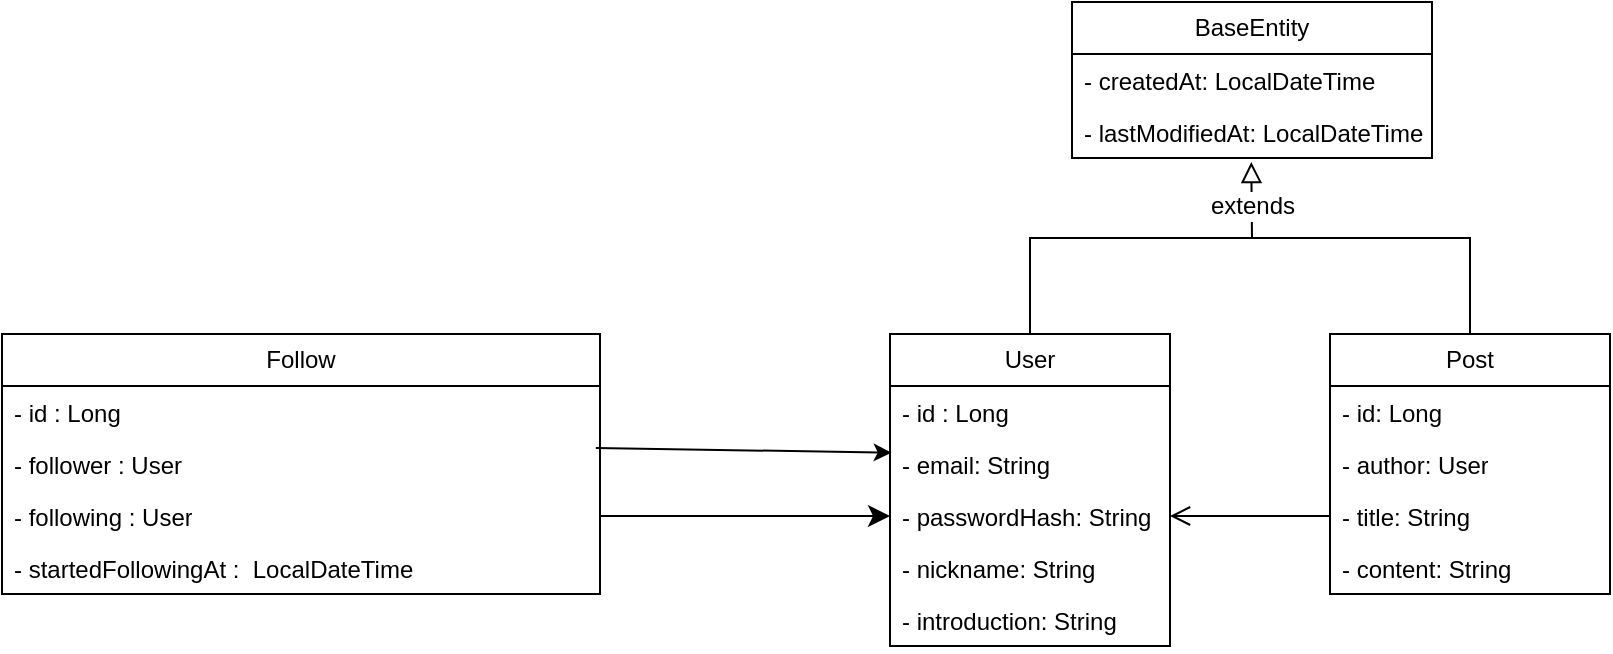
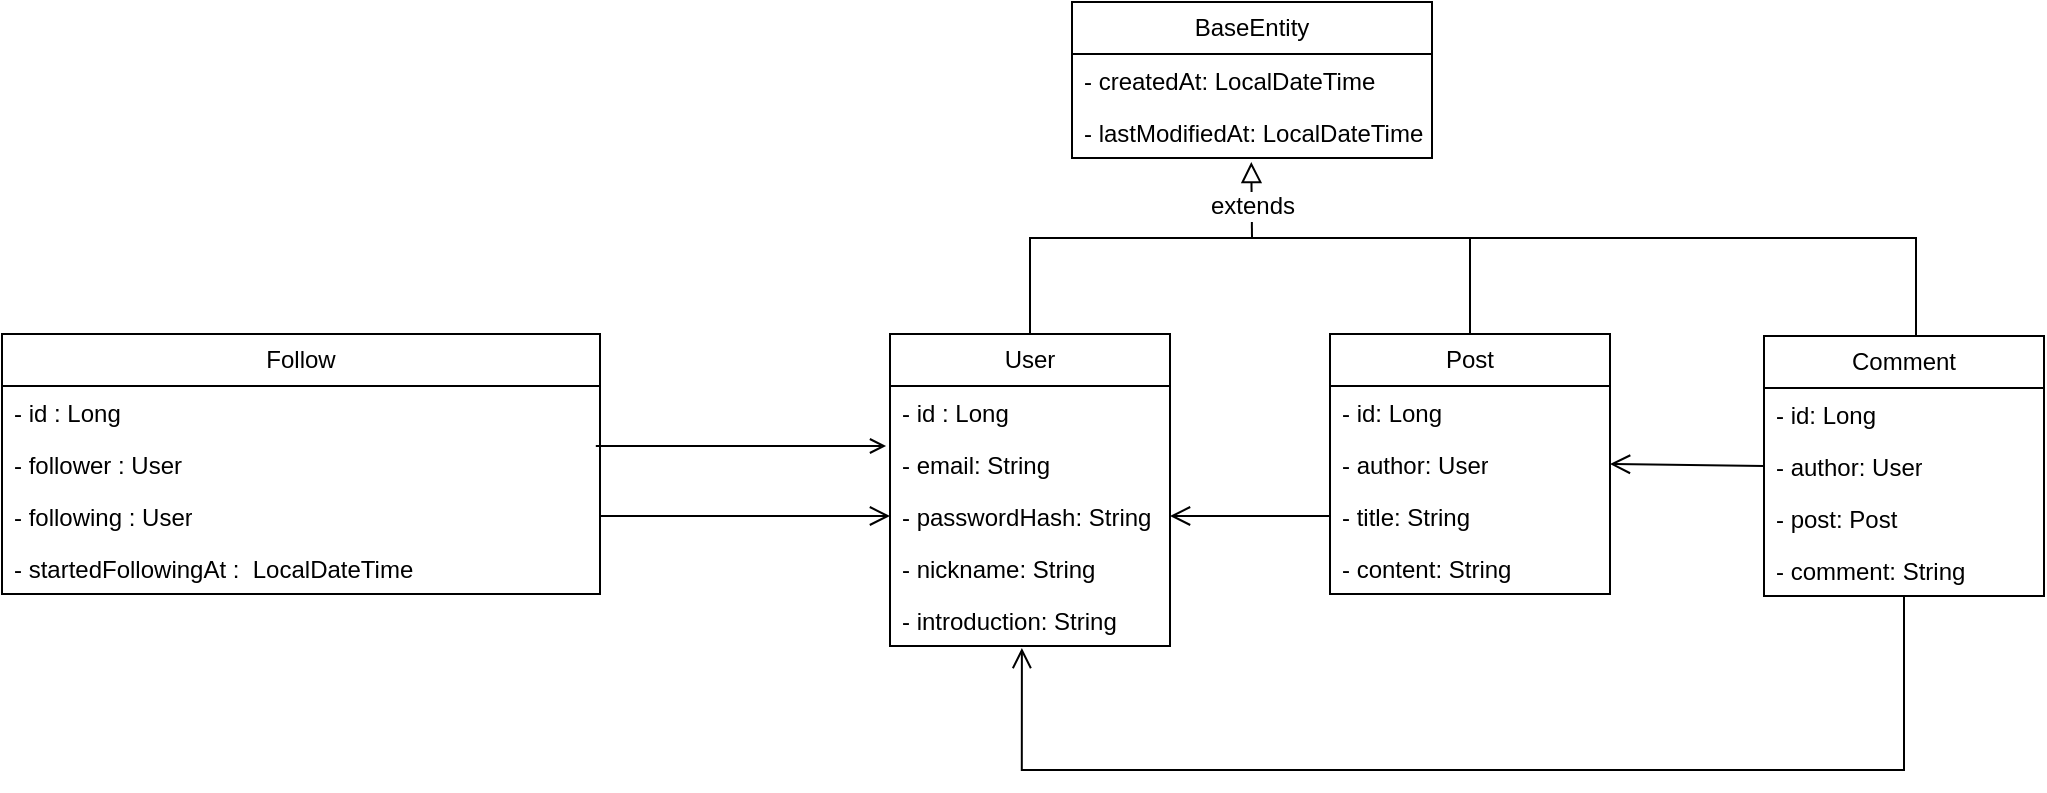
<mxfile host="app.diagrams.net" agent="Mozilla/5.0 (Windows NT 10.0; Win64; x64) AppleWebKit/537.36 (KHTML, like Gecko) Chrome/136.0.0.0 Safari/537.36" version="27.1.1">
  <diagram id="BNb3Viy_kqEydpAFblm9" name="페이지-1">
    <mxGraphModel dx="1826" dy="803" grid="0" gridSize="10" guides="1" tooltips="1" connect="1" arrows="1" fold="1" page="0" pageScale="1" pageWidth="827" pageHeight="1169" math="0" shadow="0">
      <root>
        <mxCell id="0" />
        <mxCell id="1" parent="0" />
-         <mxCell id="IMgOFBJibs8HYozait_x-1" style="edgeStyle=elbowEdgeStyle;rounded=0;orthogonalLoop=1;jettySize=auto;html=1;exitX=0.5;exitY=0;exitDx=0;exitDy=0;fontSize=12;startSize=8;endSize=8;endArrow=none;startFill=0;" edge="1" parent="1" source="IMgOFBJibs8HYozait_x-2" target="IMgOFBJibs8HYozait_x-18">
+         <mxCell id="IMgOFBJibs8HYozait_x-1" style="edgeStyle=elbowEdgeStyle;rounded=0;orthogonalLoop=1;jettySize=auto;html=1;exitX=0.5;exitY=0;exitDx=0;exitDy=0;fontSize=12;startSize=8;endSize=8;endArrow=none;startFill=0;" parent="1" source="IMgOFBJibs8HYozait_x-2" target="IMgOFBJibs8HYozait_x-18" edge="1">
          <mxGeometry relative="1" as="geometry">
            <Array as="points">
              <mxPoint x="633" y="368" />
            </Array>
          </mxGeometry>
        </mxCell>
-         <mxCell id="IMgOFBJibs8HYozait_x-2" value="Post" style="swimlane;fontStyle=0;childLayout=stackLayout;horizontal=1;startSize=26;fillColor=none;horizontalStack=0;resizeParent=1;resizeParentMax=0;resizeLast=0;collapsible=1;marginBottom=0;whiteSpace=wrap;html=1;" vertex="1" parent="1">
+         <mxCell id="IMgOFBJibs8HYozait_x-2" value="Post" style="swimlane;fontStyle=0;childLayout=stackLayout;horizontal=1;startSize=26;fillColor=none;horizontalStack=0;resizeParent=1;resizeParentMax=0;resizeLast=0;collapsible=1;marginBottom=0;whiteSpace=wrap;html=1;" parent="1" vertex="1">
          <mxGeometry x="563" y="377" width="140" height="130" as="geometry" />
        </mxCell>
-         <mxCell id="IMgOFBJibs8HYozait_x-3" value="- id: Long&lt;div&gt;&lt;br&gt;&lt;/div&gt;" style="text;strokeColor=none;fillColor=none;align=left;verticalAlign=top;spacingLeft=4;spacingRight=4;overflow=hidden;rotatable=0;points=[[0,0.5],[1,0.5]];portConstraint=eastwest;whiteSpace=wrap;html=1;" vertex="1" parent="IMgOFBJibs8HYozait_x-2">
+         <mxCell id="IMgOFBJibs8HYozait_x-3" value="- id: Long&lt;div&gt;&lt;br&gt;&lt;/div&gt;" style="text;strokeColor=none;fillColor=none;align=left;verticalAlign=top;spacingLeft=4;spacingRight=4;overflow=hidden;rotatable=0;points=[[0,0.5],[1,0.5]];portConstraint=eastwest;whiteSpace=wrap;html=1;" parent="IMgOFBJibs8HYozait_x-2" vertex="1">
          <mxGeometry y="26" width="140" height="26" as="geometry" />
        </mxCell>
-         <mxCell id="IMgOFBJibs8HYozait_x-4" value="&lt;div&gt;- author: User&lt;/div&gt;" style="text;strokeColor=none;fillColor=none;align=left;verticalAlign=top;spacingLeft=4;spacingRight=4;overflow=hidden;rotatable=0;points=[[0,0.5],[1,0.5]];portConstraint=eastwest;whiteSpace=wrap;html=1;" vertex="1" parent="IMgOFBJibs8HYozait_x-2">
+         <mxCell id="IMgOFBJibs8HYozait_x-4" value="&lt;div&gt;- author: User&lt;/div&gt;" style="text;strokeColor=none;fillColor=none;align=left;verticalAlign=top;spacingLeft=4;spacingRight=4;overflow=hidden;rotatable=0;points=[[0,0.5],[1,0.5]];portConstraint=eastwest;whiteSpace=wrap;html=1;" parent="IMgOFBJibs8HYozait_x-2" vertex="1">
          <mxGeometry y="52" width="140" height="26" as="geometry" />
        </mxCell>
-         <mxCell id="IMgOFBJibs8HYozait_x-5" value="- title: String" style="text;strokeColor=none;fillColor=none;align=left;verticalAlign=top;spacingLeft=4;spacingRight=4;overflow=hidden;rotatable=0;points=[[0,0.5],[1,0.5]];portConstraint=eastwest;whiteSpace=wrap;html=1;" vertex="1" parent="IMgOFBJibs8HYozait_x-2">
+         <mxCell id="IMgOFBJibs8HYozait_x-5" value="- title: String" style="text;strokeColor=none;fillColor=none;align=left;verticalAlign=top;spacingLeft=4;spacingRight=4;overflow=hidden;rotatable=0;points=[[0,0.5],[1,0.5]];portConstraint=eastwest;whiteSpace=wrap;html=1;" parent="IMgOFBJibs8HYozait_x-2" vertex="1">
          <mxGeometry y="78" width="140" height="26" as="geometry" />
        </mxCell>
-         <mxCell id="IMgOFBJibs8HYozait_x-6" value="- content: String" style="text;strokeColor=none;fillColor=none;align=left;verticalAlign=top;spacingLeft=4;spacingRight=4;overflow=hidden;rotatable=0;points=[[0,0.5],[1,0.5]];portConstraint=eastwest;whiteSpace=wrap;html=1;" vertex="1" parent="IMgOFBJibs8HYozait_x-2">
+         <mxCell id="IMgOFBJibs8HYozait_x-6" value="- content: String" style="text;strokeColor=none;fillColor=none;align=left;verticalAlign=top;spacingLeft=4;spacingRight=4;overflow=hidden;rotatable=0;points=[[0,0.5],[1,0.5]];portConstraint=eastwest;whiteSpace=wrap;html=1;" parent="IMgOFBJibs8HYozait_x-2" vertex="1">
          <mxGeometry y="104" width="140" height="26" as="geometry" />
        </mxCell>
-         <mxCell id="IMgOFBJibs8HYozait_x-7" style="edgeStyle=elbowEdgeStyle;rounded=0;orthogonalLoop=1;jettySize=auto;html=1;exitX=0.5;exitY=0;exitDx=0;exitDy=0;fontSize=12;startSize=8;endSize=8;endArrow=none;startFill=0;" edge="1" parent="1" source="IMgOFBJibs8HYozait_x-8" target="IMgOFBJibs8HYozait_x-18">
+         <mxCell id="IMgOFBJibs8HYozait_x-7" style="edgeStyle=elbowEdgeStyle;rounded=0;orthogonalLoop=1;jettySize=auto;html=1;exitX=0.5;exitY=0;exitDx=0;exitDy=0;fontSize=12;startSize=8;endSize=8;endArrow=none;startFill=0;" parent="1" source="IMgOFBJibs8HYozait_x-8" target="IMgOFBJibs8HYozait_x-18" edge="1">
          <mxGeometry relative="1" as="geometry">
            <Array as="points">
              <mxPoint x="413" y="350" />
            </Array>
          </mxGeometry>
        </mxCell>
-         <mxCell id="IMgOFBJibs8HYozait_x-8" value="User" style="swimlane;fontStyle=0;childLayout=stackLayout;horizontal=1;startSize=26;fillColor=none;horizontalStack=0;resizeParent=1;resizeParentMax=0;resizeLast=0;collapsible=1;marginBottom=0;whiteSpace=wrap;html=1;" vertex="1" parent="1">
+         <mxCell id="IMgOFBJibs8HYozait_x-8" value="User" style="swimlane;fontStyle=0;childLayout=stackLayout;horizontal=1;startSize=26;fillColor=none;horizontalStack=0;resizeParent=1;resizeParentMax=0;resizeLast=0;collapsible=1;marginBottom=0;whiteSpace=wrap;html=1;" parent="1" vertex="1">
          <mxGeometry x="343" y="377" width="140" height="156" as="geometry" />
        </mxCell>
-         <mxCell id="IMgOFBJibs8HYozait_x-9" value="- id : Long" style="text;strokeColor=none;fillColor=none;align=left;verticalAlign=top;spacingLeft=4;spacingRight=4;overflow=hidden;rotatable=0;points=[[0,0.5],[1,0.5]];portConstraint=eastwest;whiteSpace=wrap;html=1;" vertex="1" parent="IMgOFBJibs8HYozait_x-8">
+         <mxCell id="IMgOFBJibs8HYozait_x-9" value="- id : Long" style="text;strokeColor=none;fillColor=none;align=left;verticalAlign=top;spacingLeft=4;spacingRight=4;overflow=hidden;rotatable=0;points=[[0,0.5],[1,0.5]];portConstraint=eastwest;whiteSpace=wrap;html=1;" parent="IMgOFBJibs8HYozait_x-8" vertex="1">
          <mxGeometry y="26" width="140" height="26" as="geometry" />
        </mxCell>
-         <mxCell id="IMgOFBJibs8HYozait_x-10" value="- email: String" style="text;strokeColor=none;fillColor=none;align=left;verticalAlign=top;spacingLeft=4;spacingRight=4;overflow=hidden;rotatable=0;points=[[0,0.5],[1,0.5]];portConstraint=eastwest;whiteSpace=wrap;html=1;" vertex="1" parent="IMgOFBJibs8HYozait_x-8">
+         <mxCell id="IMgOFBJibs8HYozait_x-10" value="- email: String" style="text;strokeColor=none;fillColor=none;align=left;verticalAlign=top;spacingLeft=4;spacingRight=4;overflow=hidden;rotatable=0;points=[[0,0.5],[1,0.5]];portConstraint=eastwest;whiteSpace=wrap;html=1;" parent="IMgOFBJibs8HYozait_x-8" vertex="1">
          <mxGeometry y="52" width="140" height="26" as="geometry" />
        </mxCell>
-         <mxCell id="IMgOFBJibs8HYozait_x-11" value="- passwordHash: String&lt;div&gt;&lt;br&gt;&lt;/div&gt;" style="text;strokeColor=none;fillColor=none;align=left;verticalAlign=top;spacingLeft=4;spacingRight=4;overflow=hidden;rotatable=0;points=[[0,0.5],[1,0.5]];portConstraint=eastwest;whiteSpace=wrap;html=1;" vertex="1" parent="IMgOFBJibs8HYozait_x-8">
+         <mxCell id="IMgOFBJibs8HYozait_x-11" value="- passwordHash: String&lt;div&gt;&lt;br&gt;&lt;/div&gt;" style="text;strokeColor=none;fillColor=none;align=left;verticalAlign=top;spacingLeft=4;spacingRight=4;overflow=hidden;rotatable=0;points=[[0,0.5],[1,0.5]];portConstraint=eastwest;whiteSpace=wrap;html=1;" parent="IMgOFBJibs8HYozait_x-8" vertex="1">
          <mxGeometry y="78" width="140" height="26" as="geometry" />
        </mxCell>
-         <mxCell id="IMgOFBJibs8HYozait_x-12" value="- nickname: String" style="text;strokeColor=none;fillColor=none;align=left;verticalAlign=top;spacingLeft=4;spacingRight=4;overflow=hidden;rotatable=0;points=[[0,0.5],[1,0.5]];portConstraint=eastwest;whiteSpace=wrap;html=1;" vertex="1" parent="IMgOFBJibs8HYozait_x-8">
+         <mxCell id="IMgOFBJibs8HYozait_x-12" value="- nickname: String" style="text;strokeColor=none;fillColor=none;align=left;verticalAlign=top;spacingLeft=4;spacingRight=4;overflow=hidden;rotatable=0;points=[[0,0.5],[1,0.5]];portConstraint=eastwest;whiteSpace=wrap;html=1;" parent="IMgOFBJibs8HYozait_x-8" vertex="1">
          <mxGeometry y="104" width="140" height="26" as="geometry" />
        </mxCell>
-         <mxCell id="IMgOFBJibs8HYozait_x-13" value="&lt;div&gt;- introduction: String&lt;/div&gt;" style="text;strokeColor=none;fillColor=none;align=left;verticalAlign=top;spacingLeft=4;spacingRight=4;overflow=hidden;rotatable=0;points=[[0,0.5],[1,0.5]];portConstraint=eastwest;whiteSpace=wrap;html=1;" vertex="1" parent="IMgOFBJibs8HYozait_x-8">
+         <mxCell id="IMgOFBJibs8HYozait_x-13" value="&lt;div&gt;- introduction: String&lt;/div&gt;" style="text;strokeColor=none;fillColor=none;align=left;verticalAlign=top;spacingLeft=4;spacingRight=4;overflow=hidden;rotatable=0;points=[[0,0.5],[1,0.5]];portConstraint=eastwest;whiteSpace=wrap;html=1;" parent="IMgOFBJibs8HYozait_x-8" vertex="1">
          <mxGeometry y="130" width="140" height="26" as="geometry" />
        </mxCell>
-         <mxCell id="IMgOFBJibs8HYozait_x-14" value="BaseEntity" style="swimlane;fontStyle=0;childLayout=stackLayout;horizontal=1;startSize=26;fillColor=none;horizontalStack=0;resizeParent=1;resizeParentMax=0;resizeLast=0;collapsible=1;marginBottom=0;whiteSpace=wrap;html=1;" vertex="1" parent="1">
+         <mxCell id="IMgOFBJibs8HYozait_x-14" value="BaseEntity" style="swimlane;fontStyle=0;childLayout=stackLayout;horizontal=1;startSize=26;fillColor=none;horizontalStack=0;resizeParent=1;resizeParentMax=0;resizeLast=0;collapsible=1;marginBottom=0;whiteSpace=wrap;html=1;" parent="1" vertex="1">
          <mxGeometry x="434" y="211" width="180" height="78" as="geometry" />
        </mxCell>
-         <mxCell id="IMgOFBJibs8HYozait_x-15" value="- createdAt: LocalDateTime" style="text;strokeColor=none;fillColor=none;align=left;verticalAlign=top;spacingLeft=4;spacingRight=4;overflow=hidden;rotatable=0;points=[[0,0.5],[1,0.5]];portConstraint=eastwest;whiteSpace=wrap;html=1;" vertex="1" parent="IMgOFBJibs8HYozait_x-14">
+         <mxCell id="IMgOFBJibs8HYozait_x-15" value="- createdAt: LocalDateTime" style="text;strokeColor=none;fillColor=none;align=left;verticalAlign=top;spacingLeft=4;spacingRight=4;overflow=hidden;rotatable=0;points=[[0,0.5],[1,0.5]];portConstraint=eastwest;whiteSpace=wrap;html=1;" parent="IMgOFBJibs8HYozait_x-14" vertex="1">
          <mxGeometry y="26" width="180" height="26" as="geometry" />
        </mxCell>
-         <mxCell id="IMgOFBJibs8HYozait_x-16" value="- lastModifiedAt: LocalDateTime" style="text;strokeColor=none;fillColor=none;align=left;verticalAlign=top;spacingLeft=4;spacingRight=4;overflow=hidden;rotatable=0;points=[[0,0.5],[1,0.5]];portConstraint=eastwest;whiteSpace=wrap;html=1;" vertex="1" parent="IMgOFBJibs8HYozait_x-14">
+         <mxCell id="IMgOFBJibs8HYozait_x-16" value="- lastModifiedAt: LocalDateTime" style="text;strokeColor=none;fillColor=none;align=left;verticalAlign=top;spacingLeft=4;spacingRight=4;overflow=hidden;rotatable=0;points=[[0,0.5],[1,0.5]];portConstraint=eastwest;whiteSpace=wrap;html=1;" parent="IMgOFBJibs8HYozait_x-14" vertex="1">
          <mxGeometry y="52" width="180" height="26" as="geometry" />
        </mxCell>
-         <mxCell id="IMgOFBJibs8HYozait_x-17" style="edgeStyle=none;curved=1;rounded=0;orthogonalLoop=1;jettySize=auto;html=1;exitX=0;exitY=0.5;exitDx=0;exitDy=0;entryX=1;entryY=0.5;entryDx=0;entryDy=0;fontSize=12;startSize=8;endSize=8;endArrow=open;endFill=0;" edge="1" parent="1" source="IMgOFBJibs8HYozait_x-5" target="IMgOFBJibs8HYozait_x-11">
+         <mxCell id="IMgOFBJibs8HYozait_x-17" style="edgeStyle=none;curved=1;rounded=0;orthogonalLoop=1;jettySize=auto;html=1;exitX=0;exitY=0.5;exitDx=0;exitDy=0;entryX=1;entryY=0.5;entryDx=0;entryDy=0;fontSize=12;startSize=8;endSize=8;endArrow=open;endFill=0;" parent="1" source="IMgOFBJibs8HYozait_x-5" target="IMgOFBJibs8HYozait_x-11" edge="1">
          <mxGeometry relative="1" as="geometry" />
        </mxCell>
-         <mxCell id="IMgOFBJibs8HYozait_x-18" value="" style="shape=waypoint;sketch=0;size=6;pointerEvents=1;points=[];fillColor=none;resizable=0;rotatable=0;perimeter=centerPerimeter;snapToPoint=1;opacity=0;" vertex="1" parent="1">
+         <mxCell id="IMgOFBJibs8HYozait_x-18" value="" style="shape=waypoint;sketch=0;size=6;pointerEvents=1;points=[];fillColor=none;resizable=0;rotatable=0;perimeter=centerPerimeter;snapToPoint=1;opacity=0;" parent="1" vertex="1">
          <mxGeometry x="514" y="319" width="20" height="20" as="geometry" />
        </mxCell>
-         <mxCell id="IMgOFBJibs8HYozait_x-19" style="edgeStyle=none;curved=1;rounded=0;orthogonalLoop=1;jettySize=auto;html=1;entryX=0.498;entryY=1.077;entryDx=0;entryDy=0;entryPerimeter=0;fontSize=12;startSize=8;endSize=8;endArrow=block;endFill=0;" edge="1" parent="1" source="IMgOFBJibs8HYozait_x-18" target="IMgOFBJibs8HYozait_x-16">
+         <mxCell id="IMgOFBJibs8HYozait_x-19" style="edgeStyle=none;curved=1;rounded=0;orthogonalLoop=1;jettySize=auto;html=1;entryX=0.498;entryY=1.077;entryDx=0;entryDy=0;entryPerimeter=0;fontSize=12;startSize=8;endSize=8;endArrow=block;endFill=0;" parent="1" source="IMgOFBJibs8HYozait_x-18" target="IMgOFBJibs8HYozait_x-16" edge="1">
          <mxGeometry relative="1" as="geometry" />
        </mxCell>
-         <mxCell id="IMgOFBJibs8HYozait_x-20" value="extends" style="edgeLabel;html=1;align=center;verticalAlign=middle;resizable=0;points=[];fontSize=12;" vertex="1" connectable="0" parent="IMgOFBJibs8HYozait_x-19">
+         <mxCell id="IMgOFBJibs8HYozait_x-20" value="extends" style="edgeLabel;html=1;align=center;verticalAlign=middle;resizable=0;points=[];fontSize=12;" parent="IMgOFBJibs8HYozait_x-19" vertex="1" connectable="0">
          <mxGeometry x="-0.1576" relative="1" as="geometry">
            <mxPoint as="offset" />
          </mxGeometry>
        </mxCell>
-         <mxCell id="IMgOFBJibs8HYozait_x-21" value="Follow" style="swimlane;fontStyle=0;childLayout=stackLayout;horizontal=1;startSize=26;fillColor=none;horizontalStack=0;resizeParent=1;resizeParentMax=0;resizeLast=0;collapsible=1;marginBottom=0;whiteSpace=wrap;html=1;" vertex="1" parent="1">
+         <mxCell id="IMgOFBJibs8HYozait_x-21" value="Follow" style="swimlane;fontStyle=0;childLayout=stackLayout;horizontal=1;startSize=26;fillColor=none;horizontalStack=0;resizeParent=1;resizeParentMax=0;resizeLast=0;collapsible=1;marginBottom=0;whiteSpace=wrap;html=1;" parent="1" vertex="1">
          <mxGeometry x="-101" y="377" width="299" height="130" as="geometry" />
        </mxCell>
-         <mxCell id="IMgOFBJibs8HYozait_x-22" value="- id : Long&amp;nbsp;" style="text;strokeColor=none;fillColor=none;align=left;verticalAlign=top;spacingLeft=4;spacingRight=4;overflow=hidden;rotatable=0;points=[[0,0.5],[1,0.5]];portConstraint=eastwest;whiteSpace=wrap;html=1;" vertex="1" parent="IMgOFBJibs8HYozait_x-21">
+         <mxCell id="IMgOFBJibs8HYozait_x-22" value="- id : Long&amp;nbsp;" style="text;strokeColor=none;fillColor=none;align=left;verticalAlign=top;spacingLeft=4;spacingRight=4;overflow=hidden;rotatable=0;points=[[0,0.5],[1,0.5]];portConstraint=eastwest;whiteSpace=wrap;html=1;" parent="IMgOFBJibs8HYozait_x-21" vertex="1">
          <mxGeometry y="26" width="299" height="26" as="geometry" />
        </mxCell>
-         <mxCell id="IMgOFBJibs8HYozait_x-23" value="- follower : User" style="text;strokeColor=none;fillColor=none;align=left;verticalAlign=top;spacingLeft=4;spacingRight=4;overflow=hidden;rotatable=0;points=[[0,0.5],[1,0.5]];portConstraint=eastwest;whiteSpace=wrap;html=1;" vertex="1" parent="IMgOFBJibs8HYozait_x-21">
+         <mxCell id="IMgOFBJibs8HYozait_x-23" value="- follower : User" style="text;strokeColor=none;fillColor=none;align=left;verticalAlign=top;spacingLeft=4;spacingRight=4;overflow=hidden;rotatable=0;points=[[0,0.5],[1,0.5]];portConstraint=eastwest;whiteSpace=wrap;html=1;" parent="IMgOFBJibs8HYozait_x-21" vertex="1">
          <mxGeometry y="52" width="299" height="26" as="geometry" />
        </mxCell>
-         <mxCell id="IMgOFBJibs8HYozait_x-24" value="- following : User" style="text;strokeColor=none;fillColor=none;align=left;verticalAlign=top;spacingLeft=4;spacingRight=4;overflow=hidden;rotatable=0;points=[[0,0.5],[1,0.5]];portConstraint=eastwest;whiteSpace=wrap;html=1;" vertex="1" parent="IMgOFBJibs8HYozait_x-21">
+         <mxCell id="IMgOFBJibs8HYozait_x-24" value="- following : User" style="text;strokeColor=none;fillColor=none;align=left;verticalAlign=top;spacingLeft=4;spacingRight=4;overflow=hidden;rotatable=0;points=[[0,0.5],[1,0.5]];portConstraint=eastwest;whiteSpace=wrap;html=1;" parent="IMgOFBJibs8HYozait_x-21" vertex="1">
          <mxGeometry y="78" width="299" height="26" as="geometry" />
        </mxCell>
-         <mxCell id="IMgOFBJibs8HYozait_x-25" value="-&amp;nbsp;startedFollowingAt :&amp;nbsp; LocalDateTime" style="text;strokeColor=none;fillColor=none;align=left;verticalAlign=top;spacingLeft=4;spacingRight=4;overflow=hidden;rotatable=0;points=[[0,0.5],[1,0.5]];portConstraint=eastwest;whiteSpace=wrap;html=1;" vertex="1" parent="IMgOFBJibs8HYozait_x-21">
+         <mxCell id="IMgOFBJibs8HYozait_x-25" value="-&amp;nbsp;startedFollowingAt :&amp;nbsp; LocalDateTime" style="text;strokeColor=none;fillColor=none;align=left;verticalAlign=top;spacingLeft=4;spacingRight=4;overflow=hidden;rotatable=0;points=[[0,0.5],[1,0.5]];portConstraint=eastwest;whiteSpace=wrap;html=1;" parent="IMgOFBJibs8HYozait_x-21" vertex="1">
          <mxGeometry y="104" width="299" height="26" as="geometry" />
        </mxCell>
-         <mxCell id="IMgOFBJibs8HYozait_x-26" value="" style="endArrow=classic;html=1;rounded=0;exitX=0.993;exitY=0.192;exitDx=0;exitDy=0;exitPerimeter=0;entryX=0.006;entryY=0.282;entryDx=0;entryDy=0;entryPerimeter=0;" edge="1" parent="1" source="IMgOFBJibs8HYozait_x-23" target="IMgOFBJibs8HYozait_x-10">
+         <mxCell id="IMgOFBJibs8HYozait_x-26" value="" style="endArrow=open;html=1;rounded=0;exitX=0.993;exitY=0.192;exitDx=0;exitDy=0;exitPerimeter=0;entryX=-0.014;entryY=0.154;entryDx=0;entryDy=0;entryPerimeter=0;endFill=0;" parent="1" target="IMgOFBJibs8HYozait_x-10" edge="1">
          <mxGeometry width="50" height="50" relative="1" as="geometry">
-             <mxPoint x="300" y="456" as="sourcePoint" />
-             <mxPoint x="350" y="406" as="targetPoint" />
+             <mxPoint x="195.90699999999993" y="432.99199999999996" as="sourcePoint" />
+             <mxPoint x="337" y="433" as="targetPoint" />
            <Array as="points" />
          </mxGeometry>
        </mxCell>
-         <mxCell id="IMgOFBJibs8HYozait_x-28" style="edgeStyle=none;curved=1;rounded=0;orthogonalLoop=1;jettySize=auto;html=1;entryX=0;entryY=0.5;entryDx=0;entryDy=0;fontSize=12;startSize=8;endSize=8;" edge="1" parent="1" source="IMgOFBJibs8HYozait_x-24" target="IMgOFBJibs8HYozait_x-11">
+         <mxCell id="IMgOFBJibs8HYozait_x-28" style="edgeStyle=none;curved=1;rounded=0;orthogonalLoop=1;jettySize=auto;html=1;entryX=0;entryY=0.5;entryDx=0;entryDy=0;fontSize=12;startSize=8;endSize=8;endArrow=open;endFill=0;" parent="1" source="IMgOFBJibs8HYozait_x-24" target="IMgOFBJibs8HYozait_x-11" edge="1">
          <mxGeometry relative="1" as="geometry" />
+         </mxCell>
+         <mxCell id="lJIfoRMCOunA6ZLtIKeJ-8" style="edgeStyle=orthogonalEdgeStyle;rounded=0;orthogonalLoop=1;jettySize=auto;html=1;fontSize=12;startSize=8;endSize=8;endArrow=none;startFill=0;" edge="1" parent="1" source="lJIfoRMCOunA6ZLtIKeJ-1" target="IMgOFBJibs8HYozait_x-18">
+           <mxGeometry relative="1" as="geometry">
+             <mxPoint x="901" y="332" as="targetPoint" />
+             <Array as="points">
+               <mxPoint x="856" y="329" />
+             </Array>
+           </mxGeometry>
+         </mxCell>
+         <mxCell id="lJIfoRMCOunA6ZLtIKeJ-1" value="Comment" style="swimlane;fontStyle=0;childLayout=stackLayout;horizontal=1;startSize=26;fillColor=none;horizontalStack=0;resizeParent=1;resizeParentMax=0;resizeLast=0;collapsible=1;marginBottom=0;whiteSpace=wrap;html=1;" vertex="1" parent="1">
+           <mxGeometry x="780" y="378" width="140" height="130" as="geometry" />
+         </mxCell>
+         <mxCell id="lJIfoRMCOunA6ZLtIKeJ-2" value="- id: Long" style="text;strokeColor=none;fillColor=none;align=left;verticalAlign=top;spacingLeft=4;spacingRight=4;overflow=hidden;rotatable=0;points=[[0,0.5],[1,0.5]];portConstraint=eastwest;whiteSpace=wrap;html=1;" vertex="1" parent="lJIfoRMCOunA6ZLtIKeJ-1">
+           <mxGeometry y="26" width="140" height="26" as="geometry" />
+         </mxCell>
+         <mxCell id="lJIfoRMCOunA6ZLtIKeJ-5" value="- author: User" style="text;strokeColor=none;fillColor=none;align=left;verticalAlign=top;spacingLeft=4;spacingRight=4;overflow=hidden;rotatable=0;points=[[0,0.5],[1,0.5]];portConstraint=eastwest;whiteSpace=wrap;html=1;" vertex="1" parent="lJIfoRMCOunA6ZLtIKeJ-1">
+           <mxGeometry y="52" width="140" height="26" as="geometry" />
+         </mxCell>
+         <mxCell id="lJIfoRMCOunA6ZLtIKeJ-3" value="- post: Post" style="text;strokeColor=none;fillColor=none;align=left;verticalAlign=top;spacingLeft=4;spacingRight=4;overflow=hidden;rotatable=0;points=[[0,0.5],[1,0.5]];portConstraint=eastwest;whiteSpace=wrap;html=1;" vertex="1" parent="lJIfoRMCOunA6ZLtIKeJ-1">
+           <mxGeometry y="78" width="140" height="26" as="geometry" />
+         </mxCell>
+         <mxCell id="lJIfoRMCOunA6ZLtIKeJ-4" value="- comment: String" style="text;strokeColor=none;fillColor=none;align=left;verticalAlign=top;spacingLeft=4;spacingRight=4;overflow=hidden;rotatable=0;points=[[0,0.5],[1,0.5]];portConstraint=eastwest;whiteSpace=wrap;html=1;" vertex="1" parent="lJIfoRMCOunA6ZLtIKeJ-1">
+           <mxGeometry y="104" width="140" height="26" as="geometry" />
+         </mxCell>
+         <mxCell id="lJIfoRMCOunA6ZLtIKeJ-10" style="edgeStyle=none;curved=1;rounded=0;orthogonalLoop=1;jettySize=auto;html=1;exitX=0;exitY=0.5;exitDx=0;exitDy=0;entryX=1;entryY=0.5;entryDx=0;entryDy=0;fontSize=12;startSize=8;endSize=8;endArrow=open;endFill=0;" edge="1" parent="1" source="lJIfoRMCOunA6ZLtIKeJ-5" target="IMgOFBJibs8HYozait_x-4">
+           <mxGeometry relative="1" as="geometry" />
+         </mxCell>
+         <mxCell id="lJIfoRMCOunA6ZLtIKeJ-11" style="edgeStyle=orthogonalEdgeStyle;rounded=0;orthogonalLoop=1;jettySize=auto;html=1;entryX=0.471;entryY=1.038;entryDx=0;entryDy=0;entryPerimeter=0;fontSize=12;startSize=8;endSize=8;endArrow=open;endFill=0;" edge="1" parent="1" source="lJIfoRMCOunA6ZLtIKeJ-1" target="IMgOFBJibs8HYozait_x-13">
+           <mxGeometry relative="1" as="geometry">
+             <Array as="points">
+               <mxPoint x="850" y="595" />
+               <mxPoint x="409" y="595" />
+             </Array>
+           </mxGeometry>
        </mxCell>
      </root>
    </mxGraphModel>
  </diagram>
</mxfile>
